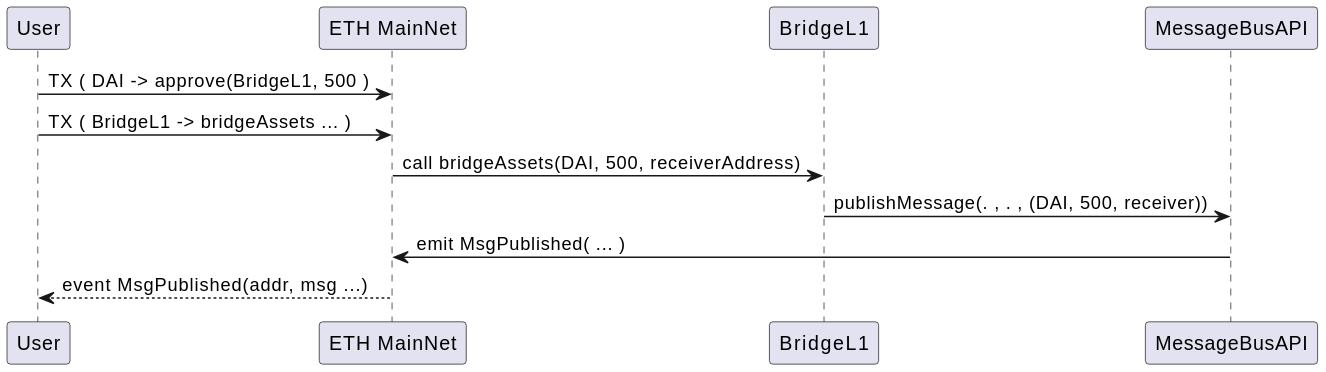
Before: design/resources/MainNet_MessageBus_Diagram.svg, a diagram exported from PlantUML (ten-protocol/go-ten).
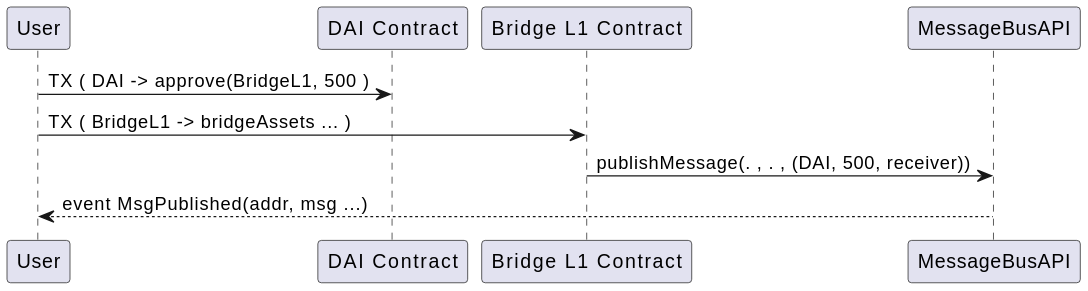
The same file after the commit.

Commit message:
Addressed PR comments regarding making the diagrams easier to understand.

Change to the diagram source:
```diff
@@ -1,8 +1,6 @@
 @startuml
-User -> "ETH MainNet": TX ( DAI -> approve(BridgeL1, 500 )
-User -> "ETH MainNet": TX ( BridgeL1 -> bridgeAssets ... )
-"ETH MainNet" -> BridgeL1: call bridgeAssets(DAI, 500, receiverAddress)
-BridgeL1 -> MessageBusAPI: publishMessage(. , . , (DAI, 500, receiver))
-MessageBusAPI -> "ETH MainNet": emit MsgPublished( ... )
-"ETH MainNet" --> User: event MsgPublished(addr, msg ...)
+User -> "DAI Contract": TX ( DAI -> approve(BridgeL1, 500 )
+User -> "Bridge L1 Contract": TX ( BridgeL1 -> bridgeAssets ... )
+"Bridge L1 Contract" -> MessageBusAPI: publishMessage(. , . , (DAI, 500, receiver))
+MessageBusAPI --> User: event MsgPublished(addr, msg ...)
 @enduml
```
